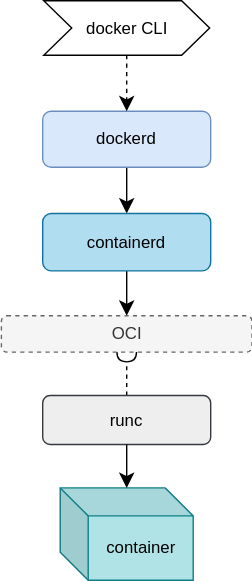
Above: assets/lecture-08/docker/docker-architecture.svg in course-go/lectures (draw.io), before the change. Source tidied: cells renumbered, new cells last; positions are measured from the earlier drawing's top-left corner, leaving out a move shared by most shapes.
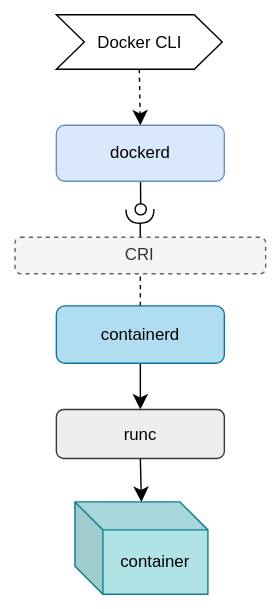
Later version of the same file.

Commit message:
lecture-08: update docker and kubernetes architecture diagrams

Diff of the diagram source:
```diff
@@ -2,38 +2,51 @@
   <root>
     <mxCell id="0" />
     <mxCell id="1" parent="0" />
-    <mxCell id="2" style="edgeStyle=none;curved=1;rounded=0;jettySize=auto;html=1;entryX=0.5;entryY=0;entryDx=0;entryDy=0;fontSize=12;startSize=8;endSize=8;" parent="1" edge="1" source="3" target="6">
-      <mxGeometry relative="1" as="geometry" />
+    <mxCell id="2" style="edgeStyle=none;curved=1;rounded=0;jettySize=auto;html=1;fontSize=12;startSize=8;endSize=8;endArrow=oval;endFill=0;" parent="1" edge="1" source="3">
+      <mxGeometry relative="1" as="geometry">
+        <mxPoint x="88" y="139" as="targetPoint" />
+      </mxGeometry>
     </mxCell>
     <mxCell id="3" value="dockerd" style="rounded=1;whiteSpace=wrap;html=1;fillColor=#dae8fc;strokeColor=#6c8ebf;" parent="1" vertex="1">
-      <mxGeometry x="30" y="79" width="120" height="40" as="geometry" />
+      <mxGeometry x="27.8" y="79" width="120" height="40" as="geometry" />
     </mxCell>
     <mxCell id="4" style="edgeStyle=none;curved=1;rounded=0;jettySize=auto;html=1;entryX=0.5;entryY=0;entryDx=0;entryDy=0;fontSize=12;startSize=8;endSize=8;dashed=1;exitX=0.5;exitY=1;exitDx=0;exitDy=0;" parent="1" edge="1" source="12" target="3">
       <mxGeometry relative="1" as="geometry" />
     </mxCell>
-    <mxCell id="5" style="edgeStyle=none;curved=1;rounded=0;jettySize=auto;html=1;entryX=0.5;entryY=0;entryDx=0;entryDy=0;fontSize=12;startSize=8;endSize=8;" parent="1" edge="1" source="6" target="9">
+    <mxCell id="5" style="edgeStyle=none;curved=1;rounded=0;jettySize=auto;html=1;entryX=0.5;entryY=0;entryDx=0;entryDy=0;fontSize=12;startSize=8;endSize=8;" parent="1" edge="1" source="6" target="8">
       <mxGeometry relative="1" as="geometry" />
     </mxCell>
+    <mxCell id="13" style="edgeStyle=none;curved=1;rounded=0;jettySize=auto;html=1;exitX=0.5;exitY=0;exitDx=0;exitDy=0;entryX=0.5;entryY=1;entryDx=0;entryDy=0;fontSize=12;startSize=8;endSize=8;dashed=1;endArrow=none;endFill=0;" parent="1" edge="1" source="6" target="9">
+      <mxGeometry relative="1" as="geometry" />
+    </mxCell>
     <mxCell id="6" value="containerd" style="rounded=1;whiteSpace=wrap;html=1;fillColor=#b1ddf0;strokeColor=#10739e;" parent="1" vertex="1">
-      <mxGeometry x="30" y="152" width="120" height="41" as="geometry" />
+      <mxGeometry x="27.8" y="208" width="120" height="41" as="geometry" />
     </mxCell>
-    <mxCell id="7" style="edgeStyle=none;curved=1;rounded=0;jettySize=auto;html=1;exitX=0.5;exitY=0;exitDx=0;exitDy=0;entryX=0.5;entryY=1;entryDx=0;entryDy=0;fontSize=12;startSize=8;endSize=5;dashed=1;endArrow=halfCircle;endFill=0;" parent="1" edge="1" source="8" target="9">
-      <mxGeometry relative="1" as="geometry" />
-    </mxCell>
     <mxCell id="8" value="runc" style="rounded=1;whiteSpace=wrap;html=1;fillColor=#eeeeee;strokeColor=#36393d;" parent="1" vertex="1">
-      <mxGeometry x="30" y="282" width="120" height="35" as="geometry" />
+      <mxGeometry x="27.8" y="282" width="120" height="35" as="geometry" />
     </mxCell>
+    <mxCell id="14" style="edgeStyle=none;curved=1;rounded=0;orthogonalLoop=1;jettySize=auto;html=1;fontSize=12;startSize=8;endSize=8;endArrow=halfCircle;endFill=0;" parent="1" edge="1">
+      <mxGeometry relative="1" as="geometry">
+        <mxPoint x="87" y="129" as="sourcePoint" />
+        <mxPoint x="87.5" y="129" as="targetPoint" />
+      </mxGeometry>
+    </mxCell>
+    <mxCell id="15" style="edgeStyle=none;curved=1;rounded=0;jettySize=auto;html=1;exitX=0.5;exitY=0;exitDx=0;exitDy=0;fontSize=12;startSize=8;endSize=8;endArrow=halfCircle;endFill=0;" parent="1" edge="1" source="9">
+      <mxGeometry relative="1" as="geometry">
+        <mxPoint x="87.5" y="139" as="targetPoint" />
+      </mxGeometry>
+    </mxCell>
-    <mxCell id="9" value="OCI" style="rounded=1;whiteSpace=wrap;html=1;fillColor=#f5f5f5;strokeColor=#666666;dashed=1;fontColor=#333333;" parent="1" vertex="1">
-      <mxGeometry x="0.5" y="225" width="179" height="26" as="geometry" />
+    <mxCell id="9" value="CRI" style="rounded=1;whiteSpace=wrap;html=1;fillColor=#f5f5f5;strokeColor=#666666;dashed=1;fontColor=#333333;" parent="1" vertex="1">
+      <mxGeometry x="-1.8" y="159" width="179" height="26" as="geometry" />
     </mxCell>
     <mxCell id="10" value="container" style="shape=cube;whiteSpace=wrap;html=1;boundedLbl=1;backgroundOutline=1;darkOpacity=0.05;darkOpacity2=0.1;fillColor=#b0e3e6;strokeColor=#0e8088;" parent="1" vertex="1">
-      <mxGeometry x="42.5" y="348" width="95" height="66" as="geometry" />
+      <mxGeometry x="41" y="348" width="95" height="66" as="geometry" />
     </mxCell>
     <mxCell id="11" style="edgeStyle=none;curved=1;rounded=0;jettySize=auto;html=1;exitX=0.5;exitY=1;exitDx=0;exitDy=0;entryX=0.5;entryY=0;entryDx=0;entryDy=0;entryPerimeter=0;fontSize=12;startSize=8;endSize=8;" parent="1" edge="1" source="8" target="10">
       <mxGeometry relative="1" as="geometry" />
     </mxCell>
-    <mxCell id="12" value="docker CLI" style="shape=step;perimeter=stepPerimeter;whiteSpace=wrap;html=1;fixedSize=1;" parent="1" vertex="1">
-      <mxGeometry x="30.8" width="118.5" height="39" as="geometry" />
+    <mxCell id="12" value="Docker CLI" style="shape=step;perimeter=stepPerimeter;whiteSpace=wrap;html=1;fixedSize=1;" parent="1" vertex="1">
+      <mxGeometry x="27.8" width="118.5" height="39" as="geometry" />
     </mxCell>
   </root>
 </mxGraphModel>
```
